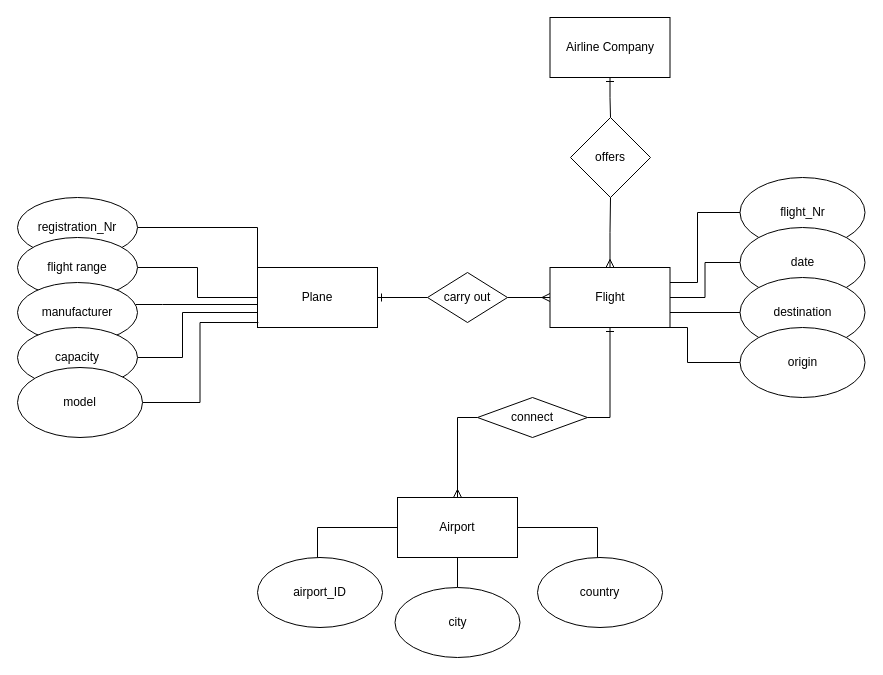
Earlier version of the draw.io diagram airlineCompany_ER.drawio (KatharinaSimma/CF-Database-Day01-Katharina-Christian). Source tidied: cells renumbered, new cells numbered last; positions are measured from the earlier drawing's top-left corner, leaving out a move shared by most shapes. Both pictures are drawn from the tidied source at 100%, with x=0, y=0 at pixel (17, 17).
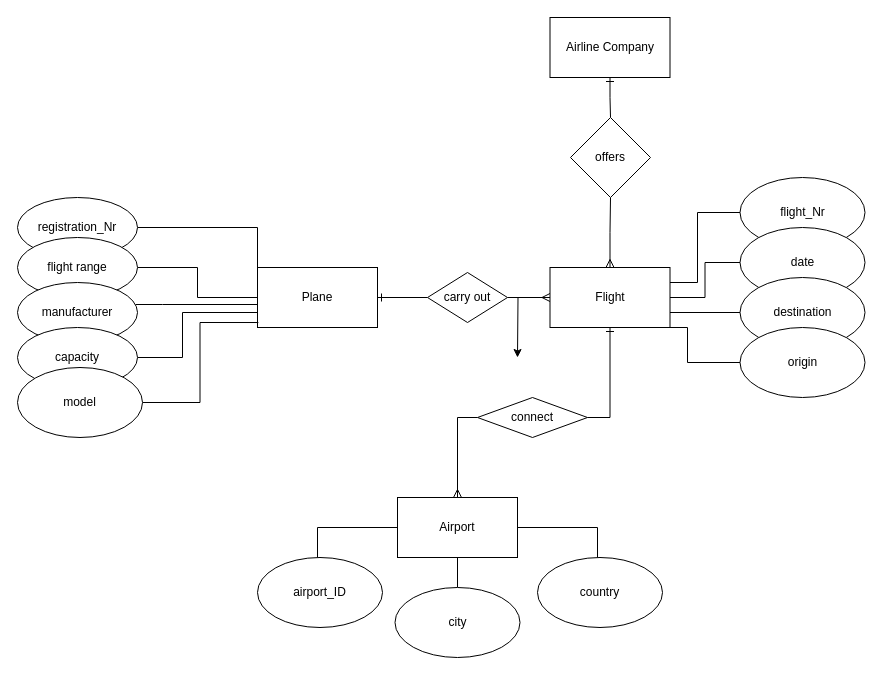
After the change.

The change refers to these unchanged cells:
```xml
<mxCell id="7" value="Flight" style="rounded=0;whiteSpace=wrap;html=1;" parent="1" vertex="1">
  <mxGeometry x="532.5" y="250" width="120" height="60" as="geometry" />
</mxCell>
```

Diff of the diagram source:
```diff
@@
+    <mxCell id="39" style="edgeStyle=orthogonalEdgeStyle;rounded=0;jettySize=auto;html=1;" parent="1" edge="1" source="7">
+      <mxGeometry relative="1" as="geometry">
+        <mxPoint x="500" y="340" as="targetPoint" />
+      </mxGeometry>
+    </mxCell>
```
